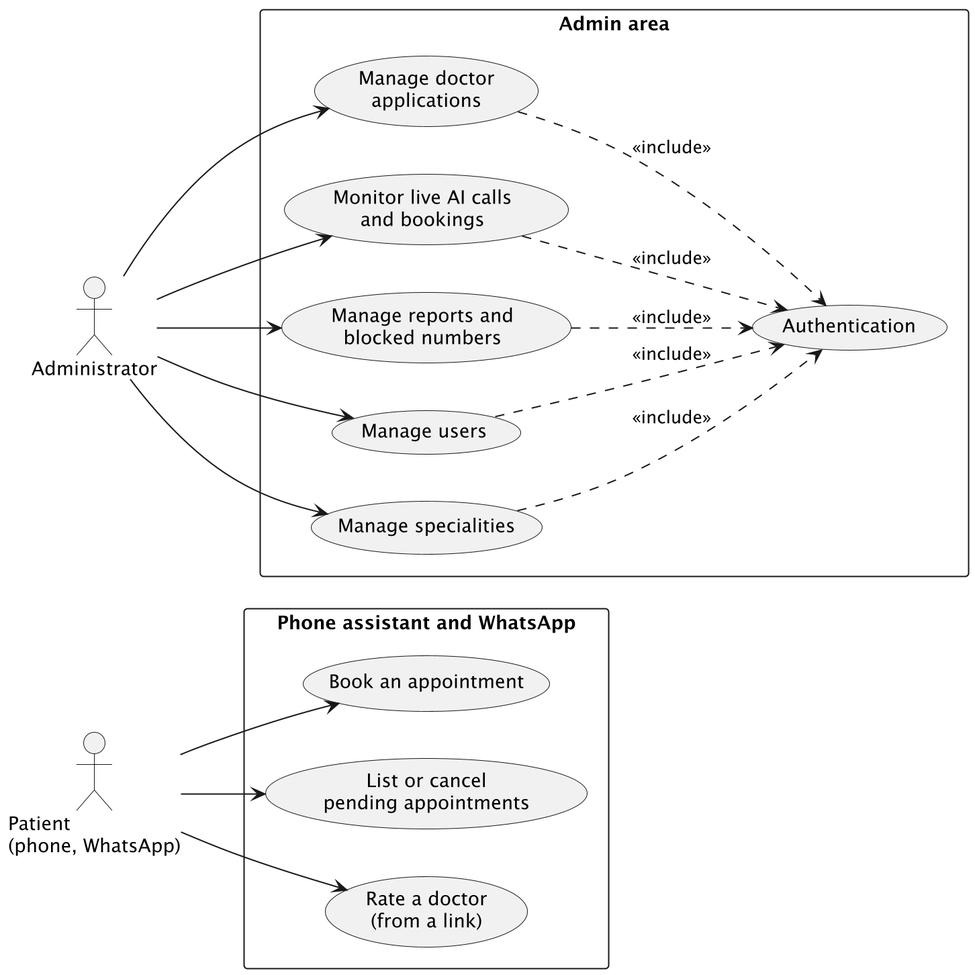
This is images/diagrams/use_case_patient_admin.png from AtriOmar/riaya-report, a PlantUML export, as it was before one commit.
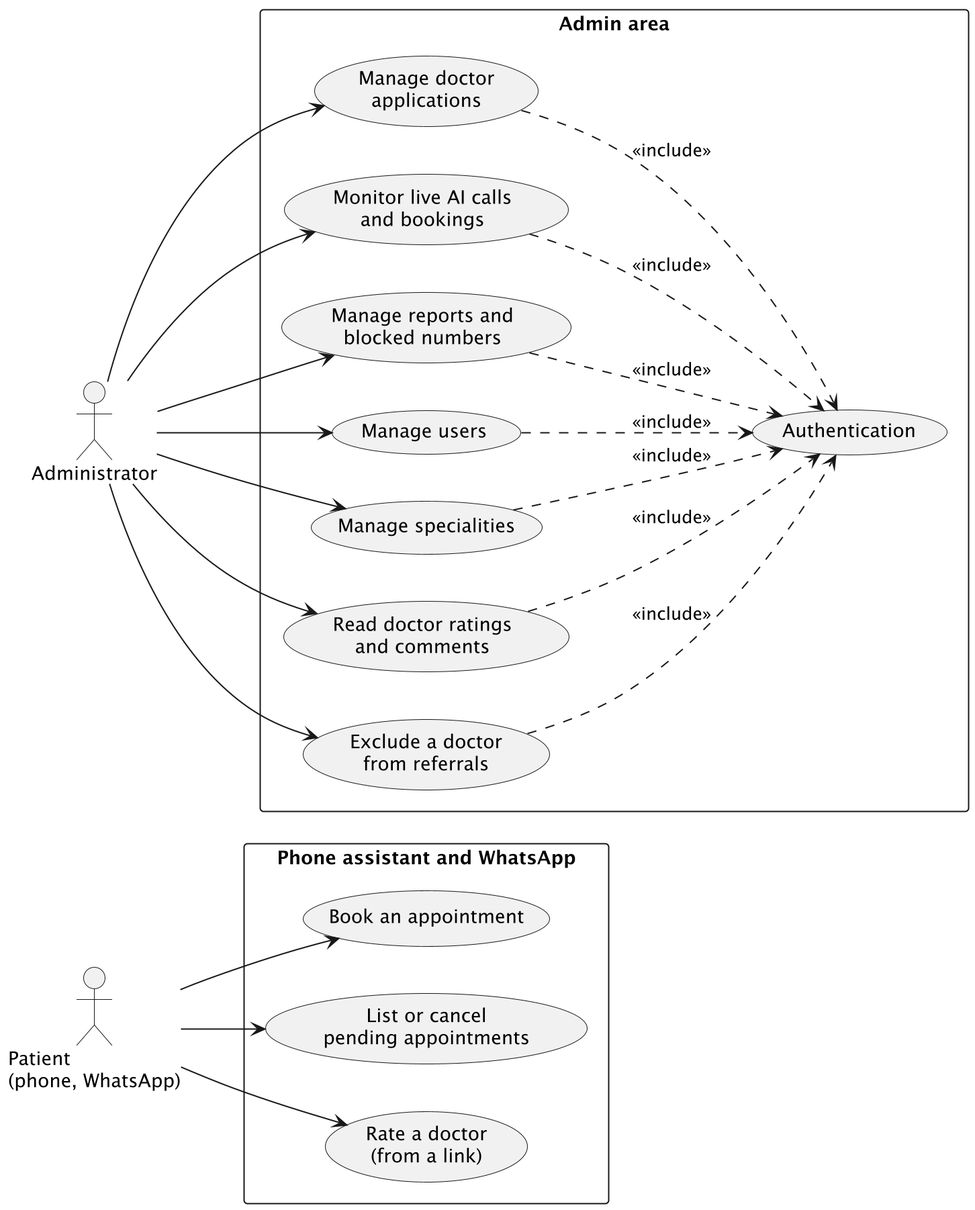
After the commit.

What changed in the source:
```diff
@@ -18,6 +18,8 @@
   usecase "Manage reports and\nblocked numbers" as A3
   usecase "Manage users" as A4
   usecase "Manage specialities" as A5
+  usecase "Read doctor ratings\nand comments" as A6
+  usecase "Exclude a doctor\nfrom referrals" as A7
 }
 
 P --> P1
@@ -29,10 +31,14 @@
 A --> A3
 A --> A4
 A --> A5
+A --> A6
+A --> A7
 
 A1 ..> AUTH : <<include>>
 A2 ..> AUTH : <<include>>
 A3 ..> AUTH : <<include>>
 A4 ..> AUTH : <<include>>
 A5 ..> AUTH : <<include>>
+A6 ..> AUTH : <<include>>
+A7 ..> AUTH : <<include>>
 @enduml
```
